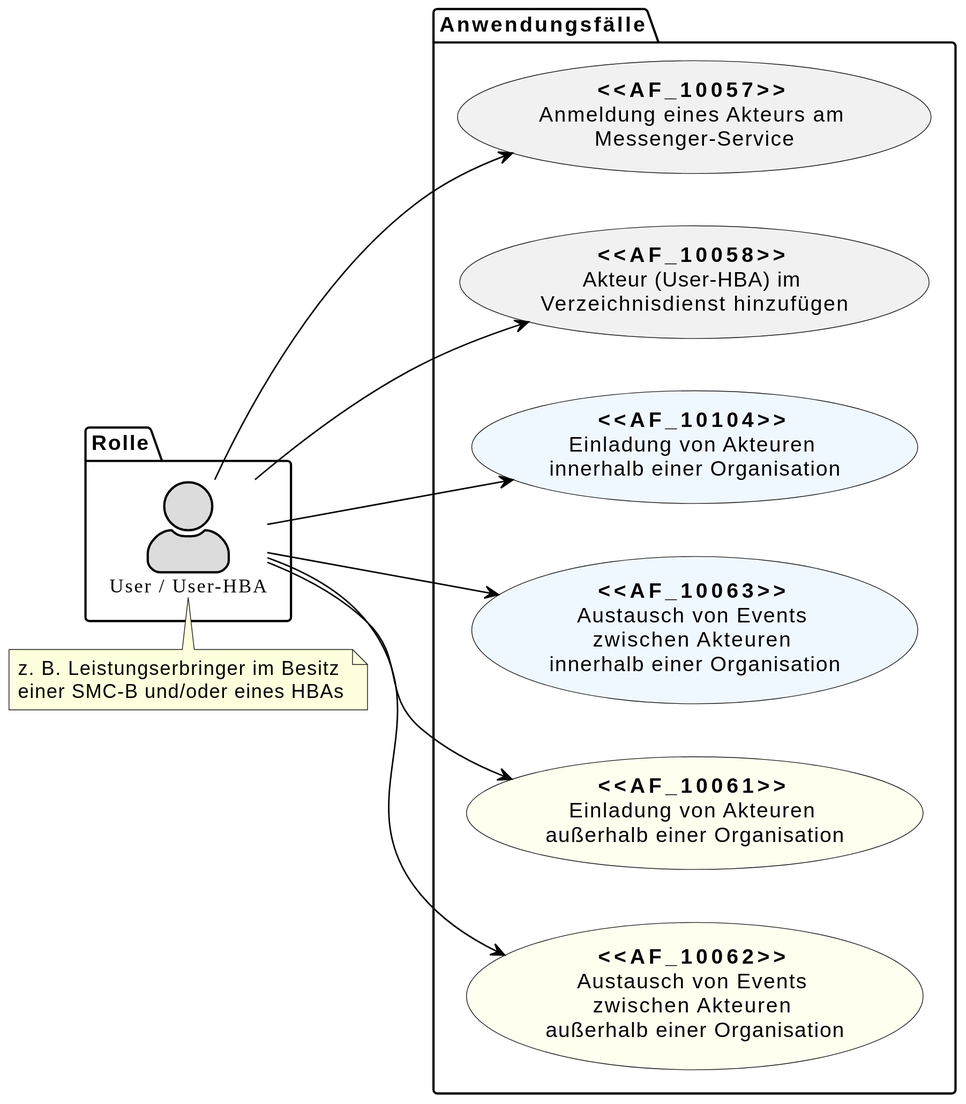
gematik/api-ti-messenger keeps this PlantUML diagram as images/diagrams/TI-Messenger-Dienst/Ressourcen/UC_user_HBA.svg. Above is the earlier version. Source of this version:
```plantuml
@startuml
skinparam actorStyle awesome
left to right direction
scale 6/3

skinparam sequence {
ArrowColor black
ArrowFontSize 17
ActorBorderColor black
LifeLineBorderColor black
LifeLineBackgroundColor Gainsboro

ParticipantBorderColor Motivation
ParticipantBackgroundColor Motivation
ParticipantFontName Impact
ParticipantFontSize 20
ParticipantFontColor black
ParticipantBorderColor Black
ParticipantBackgroundColor MOTIVATION

ActorBackgroundColor Gainsboro
ActorFontColor black
ActorFontSize 13
ActorFontName Aapex
}

package Rolle {
actor "User / User-HBA" as uuh
}

package Anwendungsfälle {
usecase "**<<AF_10057>>** \nAnmeldung eines Akteurs am \nMessenger-Service" as UC1
usecase "**<<AF_10058>>** \nAkteur (User-HBA) im \nVerzeichnisdienst hinzufügen" as UC2
usecase "**<<AF_10104>>** \nEinladung von Akteuren \ninnerhalb einer Organisation" as UC3 #AliceBlue
usecase "**<<AF_10063>>** \nAustausch von Events \nzwischen Akteuren \ninnerhalb einer Organisation" as UC4 #AliceBlue
usecase "**<<AF_10061>>** \nEinladung von Akteuren \naußerhalb einer Organisation" as UC5 #Ivory
usecase "**<<AF_10062>>** \nAustausch von Events \nzwischen Akteuren \naußerhalb einer Organisation" as UC6 #Ivory
}

uuh --> UC1
uuh --> UC2
uuh --> UC3
uuh --> UC4
uuh --> UC5
uuh --> UC6

note top of (uuh)
z. B. Leistungserbringer im Besitz
einer SMC-B und/oder eines HBAs
end note

@enduml
```
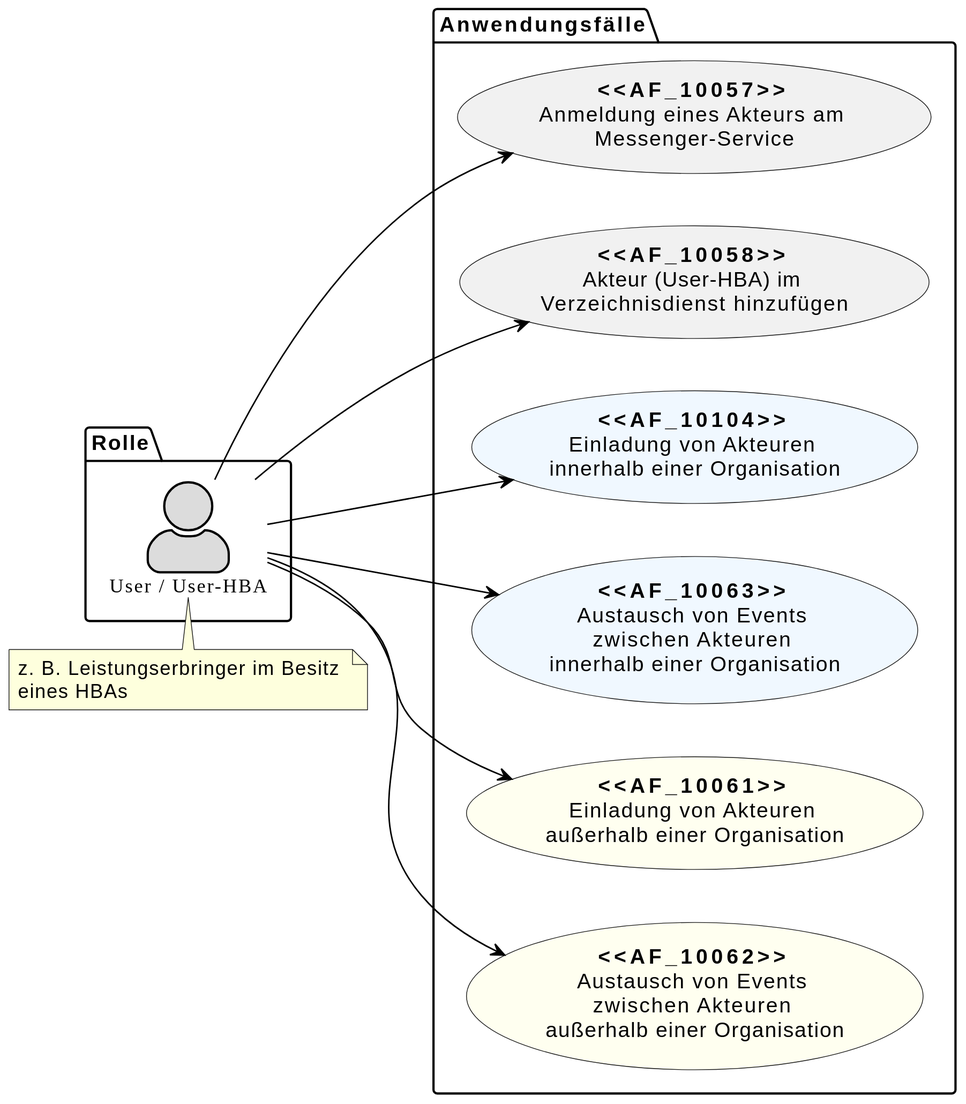
Above is the later version.

The edit, as a diff of the source:
```diff
@@ -46,7 +46,7 @@
 
 note top of (uuh)
 z. B. Leistungserbringer im Besitz
-einer SMC-B und/oder eines HBAs
+eines HBAs
 end note
 
 @enduml
```
